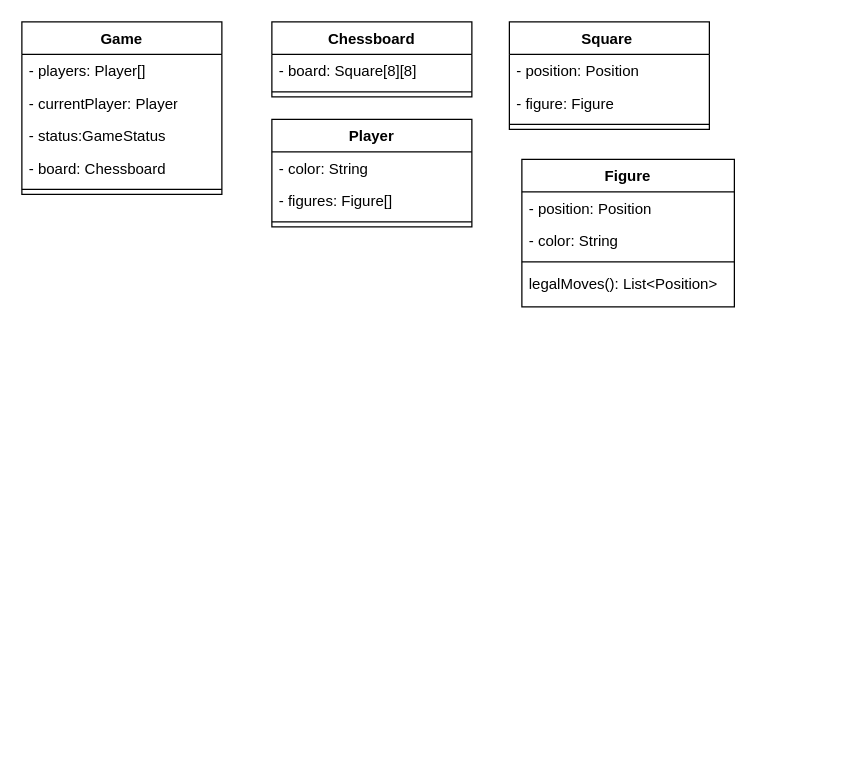
Above: Chess-class-diagram.drawio in geeky-sanjay/Schema (draw.io), before the change. Source tidied: cells renumbered, new cells numbered last; positions are measured from the earlier drawing's top-left corner, leaving out a move shared by most shapes. Both pictures are drawn from the tidied source at 125%, with x=0, y=0 at pixel (21, 21).
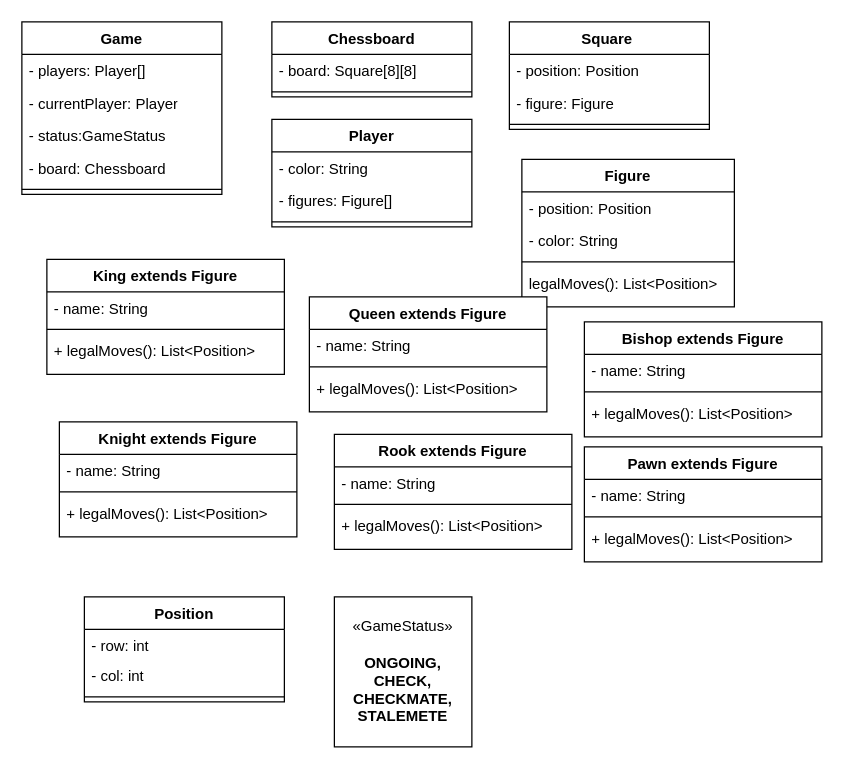
The same page after the edit.

Commit message:
added all classes

The edit, as a diff of the source:
```diff
@@
+    <mxCell id="24" value="King extends Figure" style="swimlane;fontStyle=1;align=center;verticalAlign=top;horizontal=1;startSize=26;whiteSpace=wrap;html=1;" parent="1" vertex="1">
+      <mxGeometry x="20" y="190" width="190" height="92" as="geometry" />
+    </mxCell>
+    <mxCell id="25" value="&lt;div&gt;- name: String&lt;br&gt;&lt;/div&gt;" style="text;strokeColor=none;fillColor=none;align=left;verticalAlign=top;spacingLeft=4;spacingRight=4;overflow=hidden;whiteSpace=wrap;html=1;" parent="24" vertex="1">
+      <mxGeometry y="26" width="190" height="26" as="geometry" />
+    </mxCell>
+    <mxCell id="26" style="line;strokeWidth=1;fillColor=none;align=left;verticalAlign=middle;spacingTop=-1;spacingLeft=3;spacingRight=3;labelPosition=right;strokeColor=inherit;" parent="24" vertex="1">
+      <mxGeometry y="52" width="190" height="8" as="geometry" />
+    </mxCell>
+    <mxCell id="27" value="&lt;div&gt;+ legalMoves(): List&amp;lt;Position&amp;gt;&lt;br&gt;&lt;/div&gt;" style="text;strokeColor=none;fillColor=none;align=left;verticalAlign=top;spacingLeft=4;spacingRight=4;overflow=hidden;whiteSpace=wrap;html=1;" parent="24" vertex="1">
+      <mxGeometry y="60" width="190" height="32" as="geometry" />
+    </mxCell>
+    <mxCell id="28" value="Queen extends Figure" style="swimlane;fontStyle=1;align=center;verticalAlign=top;horizontal=1;startSize=26;whiteSpace=wrap;html=1;" parent="1" vertex="1">
+      <mxGeometry x="230" y="220" width="190" height="92" as="geometry" />
+    </mxCell>
+    <mxCell id="29" value="&lt;div&gt;- name: String&lt;br&gt;&lt;/div&gt;" style="text;strokeColor=none;fillColor=none;align=left;verticalAlign=top;spacingLeft=4;spacingRight=4;overflow=hidden;whiteSpace=wrap;html=1;" parent="28" vertex="1">
+      <mxGeometry y="26" width="190" height="26" as="geometry" />
+    </mxCell>
+    <mxCell id="30" style="line;strokeWidth=1;fillColor=none;align=left;verticalAlign=middle;spacingTop=-1;spacingLeft=3;spacingRight=3;labelPosition=right;strokeColor=inherit;" parent="28" vertex="1">
+      <mxGeometry y="52" width="190" height="8" as="geometry" />
+    </mxCell>
+    <mxCell id="31" value="&lt;div&gt;+ legalMoves(): List&amp;lt;Position&amp;gt;&lt;br&gt;&lt;/div&gt;" style="text;strokeColor=none;fillColor=none;align=left;verticalAlign=top;spacingLeft=4;spacingRight=4;overflow=hidden;whiteSpace=wrap;html=1;" parent="28" vertex="1">
+      <mxGeometry y="60" width="190" height="32" as="geometry" />
+    </mxCell>
+    <mxCell id="32" value="Bishop extends Figure" style="swimlane;fontStyle=1;align=center;verticalAlign=top;horizontal=1;startSize=26;whiteSpace=wrap;html=1;" parent="1" vertex="1">
+      <mxGeometry x="450" y="240" width="190" height="92" as="geometry" />
+    </mxCell>
+    <mxCell id="33" value="&lt;div&gt;- name: String&lt;br&gt;&lt;/div&gt;" style="text;strokeColor=none;fillColor=none;align=left;verticalAlign=top;spacingLeft=4;spacingRight=4;overflow=hidden;whiteSpace=wrap;html=1;" parent="32" vertex="1">
+      <mxGeometry y="26" width="190" height="26" as="geometry" />
+    </mxCell>
+    <mxCell id="34" style="line;strokeWidth=1;fillColor=none;align=left;verticalAlign=middle;spacingTop=-1;spacingLeft=3;spacingRight=3;labelPosition=right;strokeColor=inherit;" parent="32" vertex="1">
+      <mxGeometry y="52" width="190" height="8" as="geometry" />
+    </mxCell>
+    <mxCell id="35" value="&lt;div&gt;+ legalMoves(): List&amp;lt;Position&amp;gt;&lt;br&gt;&lt;/div&gt;" style="text;strokeColor=none;fillColor=none;align=left;verticalAlign=top;spacingLeft=4;spacingRight=4;overflow=hidden;whiteSpace=wrap;html=1;" parent="32" vertex="1">
+      <mxGeometry y="60" width="190" height="32" as="geometry" />
+    </mxCell>
+    <mxCell id="36" value="Knight extends Figure" style="swimlane;fontStyle=1;align=center;verticalAlign=top;horizontal=1;startSize=26;whiteSpace=wrap;html=1;" parent="1" vertex="1">
+      <mxGeometry x="30" y="320" width="190" height="92" as="geometry" />
+    </mxCell>
+    <mxCell id="37" value="&lt;div&gt;- name: String&lt;br&gt;&lt;/div&gt;" style="text;strokeColor=none;fillColor=none;align=left;verticalAlign=top;spacingLeft=4;spacingRight=4;overflow=hidden;whiteSpace=wrap;html=1;" parent="36" vertex="1">
+      <mxGeometry y="26" width="190" height="26" as="geometry" />
+    </mxCell>
+    <mxCell id="38" style="line;strokeWidth=1;fillColor=none;align=left;verticalAlign=middle;spacingTop=-1;spacingLeft=3;spacingRight=3;labelPosition=right;strokeColor=inherit;" parent="36" vertex="1">
+      <mxGeometry y="52" width="190" height="8" as="geometry" />
+    </mxCell>
+    <mxCell id="39" value="&lt;div&gt;+ legalMoves(): List&amp;lt;Position&amp;gt;&lt;br&gt;&lt;/div&gt;" style="text;strokeColor=none;fillColor=none;align=left;verticalAlign=top;spacingLeft=4;spacingRight=4;overflow=hidden;whiteSpace=wrap;html=1;" parent="36" vertex="1">
+      <mxGeometry y="60" width="190" height="32" as="geometry" />
+    </mxCell>
+    <mxCell id="40" value="Pawn extends Figure" style="swimlane;fontStyle=1;align=center;verticalAlign=top;horizontal=1;startSize=26;whiteSpace=wrap;html=1;" parent="1" vertex="1">
+      <mxGeometry x="450" y="340" width="190" height="92" as="geometry" />
+    </mxCell>
+    <mxCell id="41" value="&lt;div&gt;- name: String&lt;br&gt;&lt;/div&gt;" style="text;strokeColor=none;fillColor=none;align=left;verticalAlign=top;spacingLeft=4;spacingRight=4;overflow=hidden;whiteSpace=wrap;html=1;" parent="40" vertex="1">
+      <mxGeometry y="26" width="190" height="26" as="geometry" />
+    </mxCell>
+    <mxCell id="42" style="line;strokeWidth=1;fillColor=none;align=left;verticalAlign=middle;spacingTop=-1;spacingLeft=3;spacingRight=3;labelPosition=right;strokeColor=inherit;" parent="40" vertex="1">
+      <mxGeometry y="52" width="190" height="8" as="geometry" />
+    </mxCell>
+    <mxCell id="43" value="&lt;div&gt;+ legalMoves(): List&amp;lt;Position&amp;gt;&lt;br&gt;&lt;/div&gt;" style="text;strokeColor=none;fillColor=none;align=left;verticalAlign=top;spacingLeft=4;spacingRight=4;overflow=hidden;whiteSpace=wrap;html=1;" parent="40" vertex="1">
+      <mxGeometry y="60" width="190" height="32" as="geometry" />
+    </mxCell>
+    <mxCell id="44" value="Rook extends Figure" style="swimlane;fontStyle=1;align=center;verticalAlign=top;horizontal=1;startSize=26;whiteSpace=wrap;html=1;" parent="1" vertex="1">
+      <mxGeometry x="250" y="330" width="190" height="92" as="geometry" />
+    </mxCell>
+    <mxCell id="45" value="&lt;div&gt;- name: String&lt;br&gt;&lt;/div&gt;" style="text;strokeColor=none;fillColor=none;align=left;verticalAlign=top;spacingLeft=4;spacingRight=4;overflow=hidden;whiteSpace=wrap;html=1;" parent="44" vertex="1">
+      <mxGeometry y="26" width="190" height="26" as="geometry" />
+    </mxCell>
+    <mxCell id="46" style="line;strokeWidth=1;fillColor=none;align=left;verticalAlign=middle;spacingTop=-1;spacingLeft=3;spacingRight=3;labelPosition=right;strokeColor=inherit;" parent="44" vertex="1">
+      <mxGeometry y="52" width="190" height="8" as="geometry" />
+    </mxCell>
+    <mxCell id="47" value="&lt;div&gt;+ legalMoves(): List&amp;lt;Position&amp;gt;&lt;br&gt;&lt;/div&gt;" style="text;strokeColor=none;fillColor=none;align=left;verticalAlign=top;spacingLeft=4;spacingRight=4;overflow=hidden;whiteSpace=wrap;html=1;" parent="44" vertex="1">
+      <mxGeometry y="60" width="190" height="32" as="geometry" />
+    </mxCell>
+    <mxCell id="48" value="Position" style="swimlane;fontStyle=1;align=center;verticalAlign=top;horizontal=1;startSize=26;whiteSpace=wrap;html=1;" parent="1" vertex="1">
+      <mxGeometry x="50" y="460" width="160" height="84" as="geometry" />
+    </mxCell>
+    <mxCell id="49" value="&lt;div&gt;- row: int&lt;br&gt;&lt;/div&gt;" style="text;strokeColor=none;fillColor=none;align=left;verticalAlign=top;spacingLeft=4;spacingRight=4;overflow=hidden;whiteSpace=wrap;html=1;" parent="48" vertex="1">
+      <mxGeometry y="26" width="160" height="24" as="geometry" />
+    </mxCell>
+    <mxCell id="50" value="&lt;div&gt;- col: int&lt;br&gt;&lt;/div&gt;" style="text;strokeColor=none;fillColor=none;align=left;verticalAlign=top;spacingLeft=4;spacingRight=4;overflow=hidden;whiteSpace=wrap;html=1;" parent="48" vertex="1">
+      <mxGeometry y="50" width="160" height="26" as="geometry" />
+    </mxCell>
+    <mxCell id="51" style="line;strokeWidth=1;fillColor=none;align=left;verticalAlign=middle;spacingTop=-1;spacingLeft=3;spacingRight=3;labelPosition=right;strokeColor=inherit;" parent="48" vertex="1">
+      <mxGeometry y="76" width="160" height="8" as="geometry" />
+    </mxCell>
+    <mxCell id="52" value="«GameStatus»&lt;br&gt;&lt;br&gt;&lt;div&gt;&lt;b&gt;ONGOING,&lt;/b&gt;&lt;/div&gt;&lt;div&gt;&lt;b&gt;CHECK,&lt;/b&gt;&lt;/div&gt;&lt;div&gt;&lt;b&gt;CHECKMATE,&lt;/b&gt;&lt;/div&gt;&lt;div&gt;&lt;b&gt;STALEMETE&lt;/b&gt;&lt;/div&gt;" style="html=1;whiteSpace=wrap;" parent="1" vertex="1">
+      <mxGeometry x="250" y="460" width="110" height="120" as="geometry" />
+    </mxCell>
```
